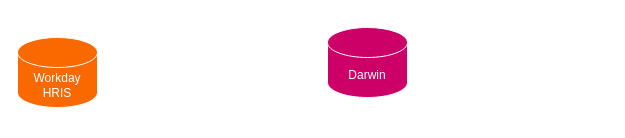
Earlier version of the draw.io diagram Hiscox Darwin Integration.drawio (sandyaroma/sandyaroma). Source tidied: cells renumbered, new cells numbered last; positions are measured from the earlier drawing's top-left corner, leaving out a move shared by most shapes. Both pictures are drawn from the tidied source at 100%, with x=0, y=0 at pixel (17, 27). Pictures stored in the file or linked from it are replaced by grey dashed boxes.
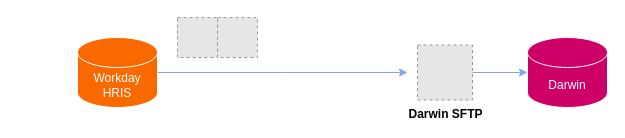
After the change.

What changed in the source:
```diff
@@
 <mxGraphModel>
   <root>
     <mxCell id="0" />
     <mxCell id="1" parent="0" />
+    <mxCell id="4" style="edgeStyle=orthogonalEdgeStyle;rounded=0;jettySize=auto;html=1;endArrow=classic;endFill=1;strokeColor=#7EA6E0;" parent="1" edge="1" source="2">
+      <mxGeometry relative="1" as="geometry">
+        <mxPoint x="390" y="45" as="targetPoint" />
+      </mxGeometry>
+    </mxCell>
     <mxCell id="2" value="&lt;font color=&quot;#ffffff&quot;&gt;Workday HRIS&lt;/font&gt;" style="shape=cylinder3;whiteSpace=wrap;html=1;boundedLbl=1;backgroundOutline=1;size=15;fillColor=#fa6800;fontColor=#000000;strokeColor=#FFFFFF;" parent="1" vertex="1">
-      <mxGeometry y="10" width="80" height="70" as="geometry" />
+      <mxGeometry x="60" y="10" width="80" height="70" as="geometry" />
     </mxCell>
     <mxCell id="3" value="&lt;font color=&quot;#ffffff&quot;&gt;Darwin&lt;/font&gt;" style="shape=cylinder3;whiteSpace=wrap;html=1;boundedLbl=1;backgroundOutline=1;size=15;fillColor=#CC0066;fontColor=#000000;strokeColor=#FFFFFF;" parent="1" vertex="1">
-      <mxGeometry x="310" width="80" height="70" as="geometry" />
+      <mxGeometry x="510" y="10" width="80" height="70" as="geometry" />
     </mxCell>
+    <mxCell id="5" value="&lt;b&gt;Darwin SFTP&lt;/b&gt;" style="fillColor=#E6E6E6;strokeColor=#999999;dashed=1;html=1;verticalAlign=top;verticalLabelPosition=bottom;labelBackgroundColor=#ffffff;" parent="1" vertex="1">
+      <mxGeometry x="400" y="17.5" width="55" height="55" as="geometry" />
+    </mxCell>
+    <mxCell id="6" style="fillColor=#E6E6E6;strokeColor=#999999;dashed=1;verticalLabelPosition=bottom;labelBackgroundColor=default;verticalAlign=top;" parent="1" vertex="1">
+      <mxGeometry x="160" y="-10" width="40" height="40" as="geometry" />
+    </mxCell>
+    <mxCell id="7" style="fillColor=#E6E6E6;strokeColor=#999999;dashed=1;verticalLabelPosition=bottom;labelBackgroundColor=default;verticalAlign=top;" parent="1" vertex="1">
+      <mxGeometry x="200" y="-10" width="40" height="40" as="geometry" />
+    </mxCell>
+    <mxCell id="8" style="edgeStyle=orthogonalEdgeStyle;rounded=0;jettySize=auto;html=1;entryX=0;entryY=0.5;entryDx=0;entryDy=0;entryPerimeter=0;strokeColor=#7EA6E0;align=center;verticalAlign=middle;fontFamily=Helvetica;fontSize=11;fontColor=default;labelBackgroundColor=default;endArrow=classic;endFill=1;" parent="1" edge="1" source="5" target="3">
+      <mxGeometry relative="1" as="geometry" />
+    </mxCell>
   </root>
 </mxGraphModel>
```
